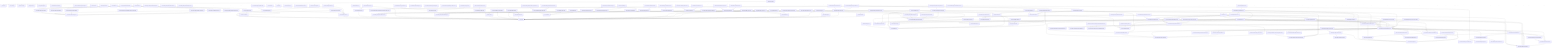
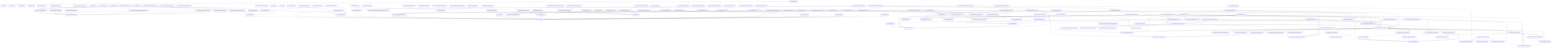
graph TD
  package__ankhorage_studio["@ankhorage/studio"]
  entrypoint_src_index_ts["src/index.ts"]
  package__ankhorage_studio --> entrypoint_src_index_ts
  module_knip_config_ts["knip.config.ts"]
  package__ankhorage_studio -.-> module_knip_config_ts
  module_paradox_config_ts["paradox.config.ts"]
  package__ankhorage_studio -.-> module_paradox_config_ts
  module_src_app_index_ts["src/app/index.ts"]
  package__ankhorage_studio -.-> module_src_app_index_ts
  module_src_app_StudioApp_tsx["src/app/StudioApp.tsx"]
  package__ankhorage_studio -.-> module_src_app_StudioApp_tsx
  module_src_app_StudioDashboard_tsx["src/app/StudioDashboard.tsx"]
  package__ankhorage_studio -.-> module_src_app_StudioDashboard_tsx
  module_src_app_StudioDashboard_tsx --> module_src_hooks_useProjects_ts
  module_src_app_StudioDashboard_tsx --> module_src_hooks_useTemplateSummaries_ts
  module_src_app_StudioDashboard_tsx --> module_src_modules_dashboard_platform_ts
  module_src_app_StudioDashboard_tsx --> module_src_modules_dashboard_search_ts
  module_src_app_StudioDashboard_tsx --> module_src_modules_dashboard_templates_ts
  module_src_app_StudioDashboard_tsx --> module_src_modules_dashboard_types_ts
  module_src_app_StudioDashboard_tsx --> module_src_modules_dashboard_ui_DashboardSectionHeader_tsx
  module_src_app_StudioDashboard_tsx --> module_src_modules_dashboard_ui_ProjectCard_tsx
  module_src_app_StudioDashboard_tsx --> module_src_modules_dashboard_ui_TemplateCard_tsx
  module_src_authFlowContract_test_ts["src/authFlowContract.test.ts"]
  package__ankhorage_studio -.-> module_src_authFlowContract_test_ts
  module_src_authSettings_test_ts["src/authSettings.test.ts"]
  package__ankhorage_studio -.-> module_src_authSettings_test_ts
  module_src_authSettings_test_ts --> module_src_authSettings_ts
  module_src_authSettings_ts["src/authSettings.ts"]
  package__ankhorage_studio -.-> module_src_authSettings_ts
  module_src_canvasDragModel_public_test_ts["src/canvasDragModel.public.test.ts"]
  package__ankhorage_studio -.-> module_src_canvasDragModel_public_test_ts
  module_src_canvasDragModel_public_test_ts --> module_src_canvasDragModel_ts
  module_src_canvasDragModel_public_test_ts --> module_src_canvasDropZones_ts
  module_src_canvasDragModel_test_ts["src/canvasDragModel.test.ts"]
  package__ankhorage_studio -.-> module_src_canvasDragModel_test_ts
  module_src_canvasDragModel_test_ts --> module_src_canvasDragModel_ts
  module_src_canvasDragModel_test_ts --> module_src_canvasDropZones_ts
  module_src_canvasDragModel_ts["src/canvasDragModel.ts"]
  package__ankhorage_studio -.-> module_src_canvasDragModel_ts
  module_src_canvasDragModel_ts --> module_src_canvasDropZones_ts
  module_src_canvasDragModel_ts --> module_src_index_ts
  module_src_canvasDropZones_test_ts["src/canvasDropZones.test.ts"]
  package__ankhorage_studio -.-> module_src_canvasDropZones_test_ts
  module_src_canvasDropZones_test_ts --> module_src_canvasDropZones_ts
  module_src_canvasDropZones_test_ts --> module_src_index_ts
  module_src_canvasDropZones_ts["src/canvasDropZones.ts"]
  package__ankhorage_studio -.-> module_src_canvasDropZones_ts
  module_src_canvasDropZones_ts --> module_src_index_ts
-   module_src_cli_index_ts["src/cli/index.ts"]
-   package__ankhorage_studio -.-> module_src_cli_index_ts
-   module_src_cli_index_ts --> module_src_host_createStudioHost_ts
-   module_src_cli_index_ts --> module_src_host_http_server_ts
-   module_src_cli_index_ts --> module_src_host_templateRegistry_index_ts
-   module_src_cli_index_ts --> module_src_host_utils_workspaceRoot_ts
  module_src_core_constants_ts["src/core/constants.ts"]
  package__ankhorage_studio -.-> module_src_core_constants_ts
  module_src_core_StudioContext_ts["src/core/StudioContext.ts"]
  package__ankhorage_studio -.-> module_src_core_StudioContext_ts
  module_src_core_StudioContext_ts --> module_src_index_ts
  module_src_core_studioPackageBoundary_ts["src/core/studioPackageBoundary.ts"]
  package__ankhorage_studio -.-> module_src_core_studioPackageBoundary_ts
  module_src_core_StudioProvider_ts["src/core/StudioProvider.ts"]
  package__ankhorage_studio -.-> module_src_core_StudioProvider_ts
  module_src_core_StudioProvider_ts --> module_src_core_StudioContext_ts
  module_src_core_StudioProvider_ts --> module_src_index_ts
  module_src_dnd_index_ts["src/dnd/index.ts"]
  package__ankhorage_studio -.-> module_src_dnd_index_ts
  module_src_dnd_primitives_ts["src/dnd/primitives.ts"]
  package__ankhorage_studio -.-> module_src_dnd_primitives_ts
  module_src_dnd_state_ts["src/dnd/state.ts"]
  package__ankhorage_studio -.-> module_src_dnd_state_ts
  module_src_hooks_useProjects_ts["src/hooks/useProjects.ts"]
  package__ankhorage_studio -.-> module_src_hooks_useProjects_ts
  module_src_hooks_useProjects_ts --> module_src_core_constants_ts
  module_src_hooks_useTemplateSummaries_ts["src/hooks/useTemplateSummaries.ts"]
  package__ankhorage_studio -.-> module_src_hooks_useTemplateSummaries_ts
  module_src_hooks_useTemplateSummaries_ts --> module_src_core_constants_ts
  module_src_hooks_useTemplateSummaries_ts --> module_src_modules_dashboard_types_ts
  module_src_host_auth_projectAuthHealthService_ts["src/host/auth/projectAuthHealthService.ts"]
  package__ankhorage_studio -.-> module_src_host_auth_projectAuthHealthService_ts
  module_src_host_auth_projectAuthHealthService_ts --> module_src_host_orchestrator_projectManager_ts
  module_src_host_auth_projectAuthHealthService_ts --> module_src_host_secrets_projectSecretService_ts
  module_src_host_auth_projectAuthHealthService_ts --> module_src_projectAuthHealth_ts
  module_src_host_auth_projectAuthService_test_ts["src/host/auth/projectAuthService.test.ts"]
  package__ankhorage_studio -.-> module_src_host_auth_projectAuthService_test_ts
  module_src_host_auth_projectAuthService_test_ts --> module_src_host_auth_projectAuthService_ts
  module_src_host_auth_projectAuthService_ts["src/host/auth/projectAuthService.ts"]
  package__ankhorage_studio -.-> module_src_host_auth_projectAuthService_ts
  module_src_host_auth_projectAuthService_ts --> module_src_authSettings_ts
  module_src_host_auth_projectAuthService_ts --> module_src_host_orchestrator_projectManager_ts
  module_src_host_createStudioHost_ts["src/host/createStudioHost.ts"]
  package__ankhorage_studio -.-> module_src_host_createStudioHost_ts
  module_src_host_createStudioHost_ts --> module_src_host_orchestrator_infraRuntime_ts
  module_src_host_createStudioHost_ts --> module_src_host_orchestrator_moduleManager_ts
  module_src_host_createStudioHost_ts --> module_src_host_orchestrator_projectManager_ts
  module_src_host_hostLifecycle_smoke_test_ts["src/host/hostLifecycle.smoke.test.ts"]
  package__ankhorage_studio -.-> module_src_host_hostLifecycle_smoke_test_ts
  module_src_host_hostLifecycle_smoke_test_ts --> module_src_host_orchestrator_moduleManager_ts
  module_src_host_hostLifecycle_smoke_test_ts --> module_src_host_orchestrator_projectManager_ts
  module_src_host_hostLifecycle_smoke_test_ts --> module_src_host_templateRegistry_index_ts
  module_src_host_hostOwnership_test_ts["src/host/hostOwnership.test.ts"]
  package__ankhorage_studio -.-> module_src_host_hostOwnership_test_ts
  module_src_host_hostOwnership_test_ts --> module_src_host_http_security_ts
  module_src_host_hostOwnership_test_ts --> module_src_host_orchestrator_projectPaths_ts
  module_src_host_hostOwnership_test_ts --> module_src_host_utils_workspaceRoot_ts
  module_src_host_http_authRoutes_ts["src/host/http/authRoutes.ts"]
  package__ankhorage_studio -.-> module_src_host_http_authRoutes_ts
  module_src_host_http_authRoutes_ts --> module_src_host_auth_projectAuthHealthService_ts
  module_src_host_http_authRoutes_ts --> module_src_host_auth_projectAuthService_ts
  module_src_host_http_authRoutes_ts --> module_src_host_orchestrator_projectManager_ts
  module_src_host_http_authRoutes_ts --> module_src_host_secrets_projectSecretService_ts
  module_src_host_http_secretRoutes_ts["src/host/http/secretRoutes.ts"]
  package__ankhorage_studio -.-> module_src_host_http_secretRoutes_ts
  module_src_host_http_secretRoutes_ts --> module_src_host_orchestrator_projectManager_ts
  module_src_host_http_secretRoutes_ts --> module_src_host_secrets_projectSecretService_ts
  module_src_host_http_security_ts["src/host/http/security.ts"]
  package__ankhorage_studio -.-> module_src_host_http_security_ts
  module_src_host_http_server_ts["src/host/http/server.ts"]
  package__ankhorage_studio -.-> module_src_host_http_server_ts
  module_src_host_http_server_ts --> module_src_host_http_security_ts
  module_src_host_http_server_ts --> module_src_host_orchestrator_infraRuntime_ts
  module_src_host_http_server_ts --> module_src_host_orchestrator_moduleManager_ts
  module_src_host_http_server_ts --> module_src_host_orchestrator_projectManager_ts
  module_src_host_http_server_ts --> module_src_host_orchestrator_resolveMutations_ts
  module_src_host_http_server_ts --> module_src_host_templateRegistry_index_ts
  module_src_host_http_server_ts --> module_src_host_utils_trimOutput_ts
  module_src_host_http_server_ts --> module_src_host_utils_workspaceRoot_ts
  module_src_host_http_serverWithSecrets_ts["src/host/http/serverWithSecrets.ts"]
  package__ankhorage_studio -.-> module_src_host_http_serverWithSecrets_ts
  module_src_host_http_serverWithSecrets_ts --> module_src_host_http_authRoutes_ts
  module_src_host_http_serverWithSecrets_ts --> module_src_host_http_secretRoutes_ts
  module_src_host_http_serverWithSecrets_ts --> module_src_host_http_server_ts
  module_src_host_http_serverWithSecrets_ts --> module_src_host_orchestrator_moduleManager_ts
  module_src_host_http_serverWithSecrets_ts --> module_src_host_orchestrator_projectManager_ts
  module_src_host_http_serverWithSecrets_ts --> module_src_host_utils_workspaceRoot_ts
  module_src_host_http_standalone_ts["src/host/http/standalone.ts"]
  package__ankhorage_studio -.-> module_src_host_http_standalone_ts
  module_src_host_http_standalone_ts --> module_src_host_http_serverWithSecrets_ts
  module_src_host_index_ts["src/host/index.ts"]
  package__ankhorage_studio -.-> module_src_host_index_ts
  module_src_host_layout_auth_resolveAuthLayoutPlan_test_ts["src/host/layout/auth/resolveAuthLayoutPlan.test.ts"]
  package__ankhorage_studio -.-> module_src_host_layout_auth_resolveAuthLayoutPlan_test_ts
  module_src_host_layout_auth_resolveAuthLayoutPlan_test_ts --> module_src_host_layout_auth_resolveAuthLayoutPlan_ts
  module_src_host_layout_auth_resolveAuthLayoutPlan_ts["src/host/layout/auth/resolveAuthLayoutPlan.ts"]
  package__ankhorage_studio -.-> module_src_host_layout_auth_resolveAuthLayoutPlan_ts
  module_src_host_layout_layoutGenerator_test_ts["src/host/layout/layoutGenerator.test.ts"]
  package__ankhorage_studio -.-> module_src_host_layout_layoutGenerator_test_ts
  module_src_host_layout_layoutGenerator_test_ts --> module_src_host_layout_layoutGenerator_ts
  module_src_host_layout_layoutGenerator_ts["src/host/layout/layoutGenerator.ts"]
  package__ankhorage_studio -.-> module_src_host_layout_layoutGenerator_ts
  module_src_host_layout_layoutGenerator_ts --> module_src_host_layout_auth_resolveAuthLayoutPlan_ts
  module_src_host_layout_layoutGenerator_ts --> module_src_host_layout_templates_index_ts
  module_src_host_layout_layoutGenerator_ts --> module_src_host_modules_layout_ts
  module_src_host_layout_templates_auth_adapter_ts["src/host/layout/templates/auth/adapter.ts"]
  package__ankhorage_studio -.-> module_src_host_layout_templates_auth_adapter_ts
  module_src_host_layout_templates_auth_callback_ts["src/host/layout/templates/auth/callback.ts"]
  package__ankhorage_studio -.-> module_src_host_layout_templates_auth_callback_ts
  module_src_host_layout_templates_auth_callback_ts --> module_src_host_layout_templates_utils_routes_ts
  module_src_host_layout_templates_auth_callback_ts --> module_src_host_layout_utils_escapeStringLiteral_ts
  module_src_host_layout_templates_auth_oauth_ts["src/host/layout/templates/auth/oauth.ts"]
  package__ankhorage_studio -.-> module_src_host_layout_templates_auth_oauth_ts
  module_src_host_layout_templates_auth_oauth_ts --> module_src_host_layout_auth_resolveAuthLayoutPlan_ts
  module_src_host_layout_templates_auth_oauth_ts --> module_src_host_layout_utils_escapeStringLiteral_ts
  module_src_host_layout_templates_auth_screen_ts["src/host/layout/templates/auth/screen.ts"]
  package__ankhorage_studio -.-> module_src_host_layout_templates_auth_screen_ts
  module_src_host_layout_templates_auth_screen_ts --> module_src_host_layout_auth_resolveAuthLayoutPlan_ts
  module_src_host_layout_templates_auth_screen_ts --> module_src_host_layout_templates_utils_routes_ts
  module_src_host_layout_templates_auth_screen_ts --> module_src_host_layout_templates_utils_strings_ts
  module_src_host_layout_templates_auth_screen_ts --> module_src_host_layout_utils_escapeStringLiteral_ts
  module_src_host_layout_templates_auth_session_ts["src/host/layout/templates/auth/session.ts"]
  package__ankhorage_studio -.-> module_src_host_layout_templates_auth_session_ts
  module_src_host_layout_templates_auth_signOut_ts["src/host/layout/templates/auth/signOut.ts"]
  package__ankhorage_studio -.-> module_src_host_layout_templates_auth_signOut_ts
  module_src_host_layout_templates_index_ts["src/host/layout/templates/index.ts"]
  package__ankhorage_studio -.-> module_src_host_layout_templates_index_ts
  module_src_host_layout_templates_navigation_ts["src/host/layout/templates/navigation.ts"]
  package__ankhorage_studio -.-> module_src_host_layout_templates_navigation_ts
  module_src_host_layout_templates_navigation_ts --> module_src_host_layout_utils_escapeStringLiteral_ts
  module_src_host_layout_templates_nestedLayout_ts["src/host/layout/templates/nestedLayout.ts"]
  package__ankhorage_studio -.-> module_src_host_layout_templates_nestedLayout_ts
  module_src_host_layout_templates_nestedLayout_ts --> module_src_host_layout_templates_navigation_ts
  module_src_host_layout_templates_nestedLayout_ts --> module_src_host_layout_templates_utils_strings_ts
  module_src_host_layout_templates_redirect_ts["src/host/layout/templates/redirect.ts"]
  package__ankhorage_studio -.-> module_src_host_layout_templates_redirect_ts
  module_src_host_layout_templates_redirect_ts --> module_src_host_layout_utils_escapeStringLiteral_ts
  module_src_host_layout_templates_rootLayout_test_ts["src/host/layout/templates/rootLayout.test.ts"]
  package__ankhorage_studio -.-> module_src_host_layout_templates_rootLayout_test_ts
  module_src_host_layout_templates_rootLayout_test_ts --> module_src_host_layout_templates_rootLayout_ts
  module_src_host_layout_templates_rootLayout_ts["src/host/layout/templates/rootLayout.ts"]
  package__ankhorage_studio -.-> module_src_host_layout_templates_rootLayout_ts
  module_src_host_layout_templates_rootLayout_ts --> module_src_host_layout_templates_navigation_ts
  module_src_host_layout_templates_rootLayout_ts --> module_src_host_layout_templates_utils_routes_ts
  module_src_host_layout_templates_rootLayout_ts --> module_src_host_layout_utils_escapeStringLiteral_ts
  module_src_host_layout_templates_rootLayout_ts --> module_src_host_modules_layout_ts
  module_src_host_layout_templates_screen_ts["src/host/layout/templates/screen.ts"]
  package__ankhorage_studio -.-> module_src_host_layout_templates_screen_ts
  module_src_host_layout_templates_screen_ts --> module_src_host_layout_templates_utils_strings_ts
  module_src_host_layout_templates_screen_ts --> module_src_host_layout_utils_escapeStringLiteral_ts
  module_src_host_layout_templates_utils_routes_ts["src/host/layout/templates/utils/routes.ts"]
  package__ankhorage_studio -.-> module_src_host_layout_templates_utils_routes_ts
  module_src_host_layout_templates_utils_strings_ts["src/host/layout/templates/utils/strings.ts"]
  package__ankhorage_studio -.-> module_src_host_layout_templates_utils_strings_ts
  module_src_host_layout_utils_escapeStringLiteral_ts["src/host/layout/utils/escapeStringLiteral.ts"]
  package__ankhorage_studio -.-> module_src_host_layout_utils_escapeStringLiteral_ts
  module_src_host_manifestSystem_auth_index_ts["src/host/manifestSystem/auth/index.ts"]
  package__ankhorage_studio -.-> module_src_host_manifestSystem_auth_index_ts
  module_src_host_manifestSystem_auth_shared_global_auth_system_tpl_ts["src/host/manifestSystem/auth/shared/global.auth.system.tpl.ts"]
  package__ankhorage_studio -.-> module_src_host_manifestSystem_auth_shared_global_auth_system_tpl_ts
  module_src_host_manifestSystem_auth_shared_index_ts["src/host/manifestSystem/auth/shared/index.ts"]
  package__ankhorage_studio -.-> module_src_host_manifestSystem_auth_shared_index_ts
  module_src_host_manifestSystem_auth_shared_index_ts --> module_src_host_manifestSystem_auth_shared_global_auth_system_tpl_ts
  module_src_host_manifestSystem_auth_shared_index_ts --> module_src_host_manifestSystem_types_ts
  module_src_host_manifestSystem_index_ts["src/host/manifestSystem/index.ts"]
  package__ankhorage_studio -.-> module_src_host_manifestSystem_index_ts
  module_src_host_manifestSystem_index_ts --> module_src_host_manifestSystem_auth_index_ts
  module_src_host_manifestSystem_index_ts --> module_src_host_manifestSystem_types_ts
  module_src_host_manifestSystem_index_ts --> module_src_host_utils_requirementsInference_ts
  module_src_host_manifestSystem_types_ts["src/host/manifestSystem/types.ts"]
  package__ankhorage_studio -.-> module_src_host_manifestSystem_types_ts
  module_src_host_modules_catalog_ts["src/host/modules/catalog.ts"]
  package__ankhorage_studio -.-> module_src_host_modules_catalog_ts
  module_src_host_modules_catalog_ts --> module_src_host_modules_layout_ts
  module_src_host_modules_layout_ts["src/host/modules/layout.ts"]
  package__ankhorage_studio -.-> module_src_host_modules_layout_ts
  module_src_host_modules_runtime_LocalFsTargetAdapter_ts["src/host/modules/runtime/LocalFsTargetAdapter.ts"]
  package__ankhorage_studio -.-> module_src_host_modules_runtime_LocalFsTargetAdapter_ts
  module_src_host_oauthFixtureConsumer_smoke_test_ts["src/host/oauthFixtureConsumer.smoke.test.ts"]
  package__ankhorage_studio -.-> module_src_host_oauthFixtureConsumer_smoke_test_ts
  module_src_host_oauthFixtureConsumer_smoke_test_ts --> module_src_host_orchestrator_moduleManager_ts
  module_src_host_oauthFixtureConsumer_smoke_test_ts --> module_src_host_orchestrator_projectManager_ts
  module_src_host_oauthFixtureConsumer_smoke_test_ts --> module_src_host_templateRegistry_index_ts
  module_src_host_orchestrator_generatedAppFiles_ts["src/host/orchestrator/generatedAppFiles.ts"]
  package__ankhorage_studio -.-> module_src_host_orchestrator_generatedAppFiles_ts
  module_src_host_orchestrator_generatedAppFiles_ts --> module_src_host_zoraExtensions_index_ts
  module_src_host_orchestrator_generatedRouteCleanup_ts["src/host/orchestrator/generatedRouteCleanup.ts"]
  package__ankhorage_studio -.-> module_src_host_orchestrator_generatedRouteCleanup_ts
  module_src_host_orchestrator_infraGenerator_ts["src/host/orchestrator/infraGenerator.ts"]
  package__ankhorage_studio -.-> module_src_host_orchestrator_infraGenerator_ts
  module_src_host_orchestrator_infraGenerator_ts --> module_src_host_orchestrator_infraValidation_ts
  module_src_host_orchestrator_infraRuntime_ts["src/host/orchestrator/infraRuntime.ts"]
  package__ankhorage_studio -.-> module_src_host_orchestrator_infraRuntime_ts
  module_src_host_orchestrator_infraRuntime_ts --> module_src_host_orchestrator_projectPaths_ts
  module_src_host_orchestrator_infraValidation_ts["src/host/orchestrator/infraValidation.ts"]
  package__ankhorage_studio -.-> module_src_host_orchestrator_infraValidation_ts
  module_src_host_orchestrator_moduleManager_ts["src/host/orchestrator/moduleManager.ts"]
  package__ankhorage_studio -.-> module_src_host_orchestrator_moduleManager_ts
  module_src_host_orchestrator_moduleManager_ts --> module_src_host_modules_catalog_ts
  module_src_host_orchestrator_moduleManager_ts --> module_src_host_modules_runtime_LocalFsTargetAdapter_ts
  module_src_host_orchestrator_moduleManager_ts --> module_src_host_orchestrator_projectManager_ts
  module_src_host_orchestrator_moduleManager_ts --> module_src_host_orchestrator_resolveMutations_ts
  module_src_host_orchestrator_projectDeletion_ts["src/host/orchestrator/projectDeletion.ts"]
  package__ankhorage_studio -.-> module_src_host_orchestrator_projectDeletion_ts
  module_src_host_orchestrator_projectManager_ts["src/host/orchestrator/projectManager.ts"]
  package__ankhorage_studio -.-> module_src_host_orchestrator_projectManager_ts
  module_src_host_orchestrator_projectManager_ts --> module_src_host_layout_layoutGenerator_ts
  module_src_host_orchestrator_projectManager_ts --> module_src_host_manifestSystem_index_ts
  module_src_host_orchestrator_projectManager_ts --> module_src_host_modules_layout_ts
  module_src_host_orchestrator_projectManager_ts --> module_src_host_orchestrator_generatedRouteCleanup_ts
  module_src_host_orchestrator_projectManager_ts --> module_src_host_orchestrator_infraGenerator_ts
  module_src_host_orchestrator_projectManager_ts --> module_src_host_orchestrator_infraRuntime_ts
  module_src_host_orchestrator_projectManager_ts --> module_src_host_orchestrator_projectDeletion_ts
  module_src_host_orchestrator_projectManager_ts --> module_src_host_orchestrator_projectPaths_ts
  module_src_host_orchestrator_projectManager_ts --> module_src_host_orchestrator_projectStore_ts
  module_src_host_orchestrator_projectManager_ts --> module_src_host_orchestrator_resolveMutations_ts
  module_src_host_orchestrator_projectManager_ts --> module_src_host_orchestrator_scaffolder_ts
  module_src_host_orchestrator_projectManager_ts --> module_src_host_orchestrator_templates_ts
  module_src_host_orchestrator_projectManager_ts --> module_src_host_orchestrator_workspaceRuntime_ts
  module_src_host_orchestrator_projectManager_ts --> module_src_host_templateRegistry_index_ts
  module_src_host_orchestrator_projectManager_ts --> module_src_host_zoraExtensions_index_ts
  module_src_host_orchestrator_projectPaths_ts["src/host/orchestrator/projectPaths.ts"]
  package__ankhorage_studio -.-> module_src_host_orchestrator_projectPaths_ts
  module_src_host_orchestrator_projectStore_ts["src/host/orchestrator/projectStore.ts"]
  package__ankhorage_studio -.-> module_src_host_orchestrator_projectStore_ts
  module_src_host_orchestrator_projectStore_ts --> module_src_host_orchestrator_projectPaths_ts
  module_src_host_orchestrator_resolveMutations_ts["src/host/orchestrator/resolveMutations.ts"]
  package__ankhorage_studio -.-> module_src_host_orchestrator_resolveMutations_ts
  module_src_host_orchestrator_resolveMutations_ts --> module_src_host_modules_catalog_ts
  module_src_host_orchestrator_resolveMutations_ts --> module_src_host_modules_layout_ts
  module_src_host_orchestrator_scaffolder_ts["src/host/orchestrator/scaffolder.ts"]
  package__ankhorage_studio -.-> module_src_host_orchestrator_scaffolder_ts
  module_src_host_orchestrator_scaffolder_ts --> module_src_host_manifestSystem_index_ts
  module_src_host_orchestrator_scaffolder_ts --> module_src_host_orchestrator_generatedAppFiles_ts
  module_src_host_orchestrator_scaffolder_ts --> module_src_host_orchestrator_templates_ts
  module_src_host_orchestrator_scaffolder_ts --> module_src_host_templateRegistry_index_ts
  module_src_host_orchestrator_scaffolder_ts --> module_src_host_zoraExtensions_index_ts
  module_src_host_orchestrator_templates_test_ts["src/host/orchestrator/templates.test.ts"]
  package__ankhorage_studio -.-> module_src_host_orchestrator_templates_test_ts
  module_src_host_orchestrator_templates_test_ts --> module_src_host_orchestrator_templates_ts
  module_src_host_orchestrator_templates_ts["src/host/orchestrator/templates.ts"]
  package__ankhorage_studio -.-> module_src_host_orchestrator_templates_ts
  module_src_host_orchestrator_workspaceRuntime_ts["src/host/orchestrator/workspaceRuntime.ts"]
  package__ankhorage_studio -.-> module_src_host_orchestrator_workspaceRuntime_ts
  module_src_host_secrets_bunSupabaseVaultClient_ts["src/host/secrets/bunSupabaseVaultClient.ts"]
  package__ankhorage_studio -.-> module_src_host_secrets_bunSupabaseVaultClient_ts
  module_src_host_secrets_projectSecretService_test_ts["src/host/secrets/projectSecretService.test.ts"]
  package__ankhorage_studio -.-> module_src_host_secrets_projectSecretService_test_ts
  module_src_host_secrets_projectSecretService_test_ts --> module_src_host_secrets_projectSecretService_ts
  module_src_host_secrets_projectSecretService_ts["src/host/secrets/projectSecretService.ts"]
  package__ankhorage_studio -.-> module_src_host_secrets_projectSecretService_ts
  module_src_host_secrets_projectSecretService_ts --> module_src_host_orchestrator_projectManager_ts
  module_src_host_secrets_projectSecretService_ts --> module_src_host_orchestrator_projectPaths_ts
  module_src_host_secrets_projectSecretService_ts --> module_src_host_secrets_bunSupabaseVaultClient_ts
  module_src_host_secrets_projectSecretService_ts --> module_src_host_secrets_resolveProjectSecretDatabaseUrl_ts
  module_src_host_secrets_projectSecretService_ts --> module_src_projectSecretUsage_ts
  module_src_host_secrets_resolveProjectSecretDatabaseUrl_test_ts["src/host/secrets/resolveProjectSecretDatabaseUrl.test.ts"]
  package__ankhorage_studio -.-> module_src_host_secrets_resolveProjectSecretDatabaseUrl_test_ts
  module_src_host_secrets_resolveProjectSecretDatabaseUrl_test_ts --> module_src_host_secrets_resolveProjectSecretDatabaseUrl_ts
  module_src_host_secrets_resolveProjectSecretDatabaseUrl_ts["src/host/secrets/resolveProjectSecretDatabaseUrl.ts"]
  package__ankhorage_studio -.-> module_src_host_secrets_resolveProjectSecretDatabaseUrl_ts
  module_src_host_templateRegistry_index_ts["src/host/templateRegistry/index.ts"]
  package__ankhorage_studio -.-> module_src_host_templateRegistry_index_ts
  module_src_host_utils_requirementsInference_ts["src/host/utils/requirementsInference.ts"]
  package__ankhorage_studio -.-> module_src_host_utils_requirementsInference_ts
  module_src_host_utils_trimOutput_ts["src/host/utils/trimOutput.ts"]
  package__ankhorage_studio -.-> module_src_host_utils_trimOutput_ts
  module_src_host_utils_workspaceRoot_ts["src/host/utils/workspaceRoot.ts"]
  package__ankhorage_studio -.-> module_src_host_utils_workspaceRoot_ts
  module_src_host_zoraExtensions_index_ts["src/host/zoraExtensions/index.ts"]
  package__ankhorage_studio -.-> module_src_host_zoraExtensions_index_ts
  module_src_host_zoraExtensions_index_ts --> module_src_host_templateRegistry_index_ts
  module_src_index_test_ts["src/index.test.ts"]
  package__ankhorage_studio -.-> module_src_index_test_ts
  module_src_index_test_ts --> module_src_index_ts
  module_src_index_ts["src/index.ts"]
  module_src_insertModalModel_public_test_ts["src/insertModalModel.public.test.ts"]
  package__ankhorage_studio -.-> module_src_insertModalModel_public_test_ts
  module_src_insertModalModel_public_test_ts --> module_src_index_ts
  module_src_insertModalModel_public_test_ts --> module_src_insertModalModel_ts
  module_src_insertModalModel_test_ts["src/insertModalModel.test.ts"]
  package__ankhorage_studio -.-> module_src_insertModalModel_test_ts
  module_src_insertModalModel_test_ts --> module_src_index_ts
  module_src_insertModalModel_test_ts --> module_src_insertModalModel_ts
  module_src_insertModalModel_ts["src/insertModalModel.ts"]
  package__ankhorage_studio -.-> module_src_insertModalModel_ts
  module_src_insertModalModel_ts --> module_src_index_ts
  module_src_localizationConfig_public_test_ts["src/localizationConfig.public.test.ts"]
  package__ankhorage_studio -.-> module_src_localizationConfig_public_test_ts
  module_src_localizationConfig_public_test_ts --> module_src_localizationConfig_ts
  module_src_localizationConfig_test_ts["src/localizationConfig.test.ts"]
  package__ankhorage_studio -.-> module_src_localizationConfig_test_ts
  module_src_localizationConfig_test_ts --> module_src_localizationConfig_ts
  module_src_localizationConfig_ts["src/localizationConfig.ts"]
  package__ankhorage_studio -.-> module_src_localizationConfig_ts
  module_src_localizationPanelModel_test_ts["src/localizationPanelModel.test.ts"]
  package__ankhorage_studio -.-> module_src_localizationPanelModel_test_ts
  module_src_localizationPanelModel_test_ts --> module_src_localizationPanelModel_ts
  module_src_localizationPanelModel_ts["src/localizationPanelModel.ts"]
  package__ankhorage_studio -.-> module_src_localizationPanelModel_ts
  module_src_manifestNavigatorPreviewModel_public_test_ts["src/manifestNavigatorPreviewModel.public.test.ts"]
  package__ankhorage_studio -.-> module_src_manifestNavigatorPreviewModel_public_test_ts
  module_src_manifestNavigatorPreviewModel_public_test_ts --> module_src_manifestNavigatorPreviewModel_ts
  module_src_manifestNavigatorPreviewModel_test_ts["src/manifestNavigatorPreviewModel.test.ts"]
  package__ankhorage_studio -.-> module_src_manifestNavigatorPreviewModel_test_ts
  module_src_manifestNavigatorPreviewModel_test_ts --> module_src_manifestNavigatorPreviewModel_ts
  module_src_manifestNavigatorPreviewModel_ts["src/manifestNavigatorPreviewModel.ts"]
  package__ankhorage_studio -.-> module_src_manifestNavigatorPreviewModel_ts
  module_src_manifestNavigatorPreviewModel_ts --> module_src_routeUtils_ts
  module_src_manifestState_public_test_ts["src/manifestState.public.test.ts"]
  package__ankhorage_studio -.-> module_src_manifestState_public_test_ts
  module_src_manifestState_public_test_ts --> module_src_index_ts
  module_src_manifestState_public_test_ts --> module_src_manifestState_ts
  module_src_manifestState_routes_test_ts["src/manifestState.routes.test.ts"]
  package__ankhorage_studio -.-> module_src_manifestState_routes_test_ts
  module_src_manifestState_routes_test_ts --> module_src_index_ts
  module_src_manifestState_routes_test_ts --> module_src_manifestState_ts
  module_src_manifestState_test_ts["src/manifestState.test.ts"]
  package__ankhorage_studio -.-> module_src_manifestState_test_ts
  module_src_manifestState_test_ts --> module_src_index_ts
  module_src_manifestState_test_ts --> module_src_manifestState_ts
  module_src_manifestState_ts["src/manifestState.ts"]
  package__ankhorage_studio -.-> module_src_manifestState_ts
  module_src_manifestState_ts --> module_src_index_ts
  module_src_manifestSync_test_ts["src/manifestSync.test.ts"]
  package__ankhorage_studio -.-> module_src_manifestSync_test_ts
  module_src_manifestSync_test_ts --> module_src_index_ts
  module_src_manifestSync_test_ts --> module_src_manifestSync_ts
  module_src_manifestSync_ts["src/manifestSync.ts"]
  package__ankhorage_studio -.-> module_src_manifestSync_ts
  module_src_manifestSync_ts --> module_src_index_ts
  module_src_modules_dashboard_platform_ts["src/modules/dashboard/platform.ts"]
  package__ankhorage_studio -.-> module_src_modules_dashboard_platform_ts
  module_src_modules_dashboard_search_ts["src/modules/dashboard/search.ts"]
  package__ankhorage_studio -.-> module_src_modules_dashboard_search_ts
  module_src_modules_dashboard_search_ts --> module_src_modules_dashboard_types_ts
  module_src_modules_dashboard_templates_ts["src/modules/dashboard/templates.ts"]
  package__ankhorage_studio -.-> module_src_modules_dashboard_templates_ts
  module_src_modules_dashboard_templates_ts --> module_src_modules_dashboard_types_ts
  module_src_modules_dashboard_types_ts["src/modules/dashboard/types.ts"]
  package__ankhorage_studio -.-> module_src_modules_dashboard_types_ts
  module_src_modules_dashboard_ui_DashboardSectionHeader_tsx["src/modules/dashboard/ui/DashboardSectionHeader.tsx"]
  package__ankhorage_studio -.-> module_src_modules_dashboard_ui_DashboardSectionHeader_tsx
  module_src_modules_dashboard_ui_ProjectCard_tsx["src/modules/dashboard/ui/ProjectCard.tsx"]
  package__ankhorage_studio -.-> module_src_modules_dashboard_ui_ProjectCard_tsx
  module_src_modules_dashboard_ui_ProjectCard_tsx --> module_src_modules_dashboard_types_ts
  module_src_modules_dashboard_ui_TemplateCard_tsx["src/modules/dashboard/ui/TemplateCard.tsx"]
  package__ankhorage_studio -.-> module_src_modules_dashboard_ui_TemplateCard_tsx
  module_src_modules_dashboard_ui_TemplateCard_tsx --> module_src_modules_dashboard_types_ts
  module_src_projectAuthApi_test_ts["src/projectAuthApi.test.ts"]
  package__ankhorage_studio -.-> module_src_projectAuthApi_test_ts
  module_src_projectAuthApi_test_ts --> module_src_authSettings_ts
  module_src_projectAuthApi_test_ts --> module_src_projectAuthApi_ts
  module_src_projectAuthApi_ts["src/projectAuthApi.ts"]
  package__ankhorage_studio -.-> module_src_projectAuthApi_ts
  module_src_projectAuthApi_ts --> module_src_authSettings_ts
  module_src_projectAuthApi_ts --> module_src_projectAuthHealth_ts
  module_src_projectAuthApi_ts --> module_src_secretResponseGuard_ts
  module_src_projectAuthHealth_test_ts["src/projectAuthHealth.test.ts"]
  package__ankhorage_studio -.-> module_src_projectAuthHealth_test_ts
  module_src_projectAuthHealth_test_ts --> module_src_projectAuthHealth_ts
  module_src_projectAuthHealth_ts["src/projectAuthHealth.ts"]
  package__ankhorage_studio -.-> module_src_projectAuthHealth_ts
  module_src_projectAuthHealth_ts --> module_src_authSettings_ts
  module_src_projectSecretApi_test_ts["src/projectSecretApi.test.ts"]
  package__ankhorage_studio -.-> module_src_projectSecretApi_test_ts
  module_src_projectSecretApi_test_ts --> module_src_projectSecretApi_ts
  module_src_projectSecretApi_ts["src/projectSecretApi.ts"]
  package__ankhorage_studio -.-> module_src_projectSecretApi_ts
  module_src_projectSecretApi_ts --> module_src_projectSecretUsage_ts
  module_src_projectSecretApi_ts --> module_src_secretResponseGuard_ts
  module_src_projectSecretUsage_test_ts["src/projectSecretUsage.test.ts"]
  package__ankhorage_studio -.-> module_src_projectSecretUsage_test_ts
  module_src_projectSecretUsage_test_ts --> module_src_projectSecretUsage_ts
  module_src_projectSecretUsage_ts["src/projectSecretUsage.ts"]
  package__ankhorage_studio -.-> module_src_projectSecretUsage_ts
  module_src_root_test_ts["src/root.test.ts"]
  package__ankhorage_studio -.-> module_src_root_test_ts
  module_src_root_ts["src/root.ts"]
  package__ankhorage_studio -.-> module_src_root_ts
  module_src_routeUtils_public_test_ts["src/routeUtils.public.test.ts"]
  package__ankhorage_studio -.-> module_src_routeUtils_public_test_ts
  module_src_routeUtils_public_test_ts --> module_src_routeUtils_ts
  module_src_routeUtils_test_ts["src/routeUtils.test.ts"]
  package__ankhorage_studio -.-> module_src_routeUtils_test_ts
  module_src_routeUtils_test_ts --> module_src_routeUtils_ts
  module_src_routeUtils_ts["src/routeUtils.ts"]
  package__ankhorage_studio -.-> module_src_routeUtils_ts
  module_src_runtime_actionSuppression_ts["src/runtime/actionSuppression.ts"]
  package__ankhorage_studio -.-> module_src_runtime_actionSuppression_ts
  module_src_runtime_appExtensionRegistry_ts["src/runtime/appExtensionRegistry.ts"]
  package__ankhorage_studio -.-> module_src_runtime_appExtensionRegistry_ts
  module_src_runtime_index_ts["src/runtime/index.ts"]
  package__ankhorage_studio -.-> module_src_runtime_index_ts
  module_src_runtime_localizationPreview_ts["src/runtime/localizationPreview.ts"]
  package__ankhorage_studio -.-> module_src_runtime_localizationPreview_ts
  module_src_runtime_overlay_test_ts["src/runtime/overlay.test.ts"]
  package__ankhorage_studio -.-> module_src_runtime_overlay_test_ts
  module_src_runtime_previewRegistry_ts["src/runtime/previewRegistry.ts"]
  package__ankhorage_studio -.-> module_src_runtime_previewRegistry_ts
  module_src_runtime_previewRuntimeConfig_ts["src/runtime/previewRuntimeConfig.ts"]
  package__ankhorage_studio -.-> module_src_runtime_previewRuntimeConfig_ts
  module_src_runtime_previewRuntimeConfig_ts --> module_src_runtime_actionSuppression_ts
  module_src_runtime_previewRuntimeConfig_ts --> module_src_runtime_previewRegistry_ts
  module_src_runtime_registry_tsx["src/runtime/registry.tsx"]
  package__ankhorage_studio -.-> module_src_runtime_registry_tsx
  module_src_runtime_registry_tsx --> module_src_runtime_appExtensionRegistry_ts
  module_src_runtime_runtimeActions_ts["src/runtime/runtimeActions.ts"]
  package__ankhorage_studio -.-> module_src_runtime_runtimeActions_ts
  module_src_runtime_useRuntimeAction_ts["src/runtime/useRuntimeAction.ts"]
  package__ankhorage_studio -.-> module_src_runtime_useRuntimeAction_ts
  module_src_runtime_useRuntimeAction_ts --> module_src_runtime_runtimeActions_ts
  module_src_runtimeDiagnosticsModel_test_ts["src/runtimeDiagnosticsModel.test.ts"]
  package__ankhorage_studio -.-> module_src_runtimeDiagnosticsModel_test_ts
  module_src_runtimeDiagnosticsModel_test_ts --> module_src_runtimeDiagnosticsModel_ts
  module_src_runtimeDiagnosticsModel_ts["src/runtimeDiagnosticsModel.ts"]
  package__ankhorage_studio -.-> module_src_runtimeDiagnosticsModel_ts
  module_src_runtimeLocalization_public_test_ts["src/runtimeLocalization.public.test.ts"]
  package__ankhorage_studio -.-> module_src_runtimeLocalization_public_test_ts
  module_src_runtimeLocalization_public_test_ts --> module_src_runtimeLocalization_ts
  module_src_runtimeLocalization_test_ts["src/runtimeLocalization.test.ts"]
  package__ankhorage_studio -.-> module_src_runtimeLocalization_test_ts
  module_src_runtimeLocalization_test_ts --> module_src_runtimeLocalization_ts
  module_src_runtimeLocalization_ts["src/runtimeLocalization.ts"]
  package__ankhorage_studio -.-> module_src_runtimeLocalization_ts
  module_src_secretResponseGuard_test_ts["src/secretResponseGuard.test.ts"]
  package__ankhorage_studio -.-> module_src_secretResponseGuard_test_ts
  module_src_secretResponseGuard_test_ts --> module_src_secretResponseGuard_ts
  module_src_secretResponseGuard_ts["src/secretResponseGuard.ts"]
  package__ankhorage_studio -.-> module_src_secretResponseGuard_ts
  module_src_studioAdminRouteModel_test_ts["src/studioAdminRouteModel.test.ts"]
  package__ankhorage_studio -.-> module_src_studioAdminRouteModel_test_ts
  module_src_studioAdminRouteModel_test_ts --> module_src_studioAdminRouteModel_ts
  module_src_studioAdminRouteModel_ts["src/studioAdminRouteModel.ts"]
  package__ankhorage_studio -.-> module_src_studioAdminRouteModel_ts
  module_src_studioAdminRouteModel_ts --> module_src_index_ts
  module_src_studioSelectionModel_knip_test_ts["src/studioSelectionModel.knip.test.ts"]
  package__ankhorage_studio -.-> module_src_studioSelectionModel_knip_test_ts
  module_src_studioSelectionModel_knip_test_ts --> module_src_studioSelectionModel_ts
  module_src_studioSelectionModel_test_ts["src/studioSelectionModel.test.ts"]
  package__ankhorage_studio -.-> module_src_studioSelectionModel_test_ts
  module_src_studioSelectionModel_test_ts --> module_src_studioSelectionModel_ts
  module_src_studioSelectionModel_ts["src/studioSelectionModel.ts"]
  package__ankhorage_studio -.-> module_src_studioSelectionModel_ts
  module_src_ui_AnkhStudio_ts["src/ui/AnkhStudio.ts"]
  package__ankhorage_studio -.-> module_src_ui_AnkhStudio_ts
  module_src_ui_AnkhStudio_ts --> module_src_core_StudioContext_ts
  module_src_ui_StudioAdminOverlay_test_ts["src/ui/StudioAdminOverlay.test.ts"]
  package__ankhorage_studio -.-> module_src_ui_StudioAdminOverlay_test_ts
  module_src_ui_StudioAdminOverlay_tsx["src/ui/StudioAdminOverlay.tsx"]
  package__ankhorage_studio -.-> module_src_ui_StudioAdminOverlay_tsx
  module_src_ui_StudioAdminOverlay_tsx --> module_src_projectSecretApi_ts
  module_src_ui_StudioAdminOverlay_tsx --> module_src_projectSecretUsage_ts
  module_src_ui_StudioAuthSettingsOverlay_test_ts["src/ui/StudioAuthSettingsOverlay.test.ts"]
  package__ankhorage_studio -.-> module_src_ui_StudioAuthSettingsOverlay_test_ts
  module_src_ui_StudioAuthSettingsOverlay_tsx["src/ui/StudioAuthSettingsOverlay.tsx"]
  package__ankhorage_studio -.-> module_src_ui_StudioAuthSettingsOverlay_tsx
  module_src_ui_StudioAuthSettingsOverlay_tsx --> module_src_authSettings_ts
  module_src_ui_StudioAuthSettingsOverlay_tsx --> module_src_projectAuthApi_ts
  module_src_ui_StudioAuthSettingsOverlay_tsx --> module_src_projectAuthHealth_ts
  module_src_ui_StudioAuthSettingsOverlay_tsx --> module_src_projectSecretApi_ts
  module_src_ui_useStudioAppBarAugmentation_test_ts["src/ui/useStudioAppBarAugmentation.test.ts"]
  package__ankhorage_studio -.-> module_src_ui_useStudioAppBarAugmentation_test_ts
  module_src_ui_useStudioAppBarAugmentation_ts["src/ui/useStudioAppBarAugmentation.ts"]
  package__ankhorage_studio -.-> module_src_ui_useStudioAppBarAugmentation_ts
  module_src_ui_useStudioAppBarAugmentation_ts --> module_src_core_StudioContext_ts
  module_src_ui_useStudioAppBarAugmentation_ts --> module_src_studioAdminRouteModel_ts
  module_src_ui_useStudioAppBarAugmentation_ts --> module_src_ui_StudioAdminOverlay_tsx
  module_src_ui_useStudioAppBarAugmentation_ts --> module_src_ui_StudioAuthSettingsOverlay_tsx
  module_src_utils_treeUtils_ts["src/utils/treeUtils.ts"]
  package__ankhorage_studio -.-> module_src_utils_treeUtils_ts
  module_src_utils_treeUtils_ts --> module_src_index_ts
